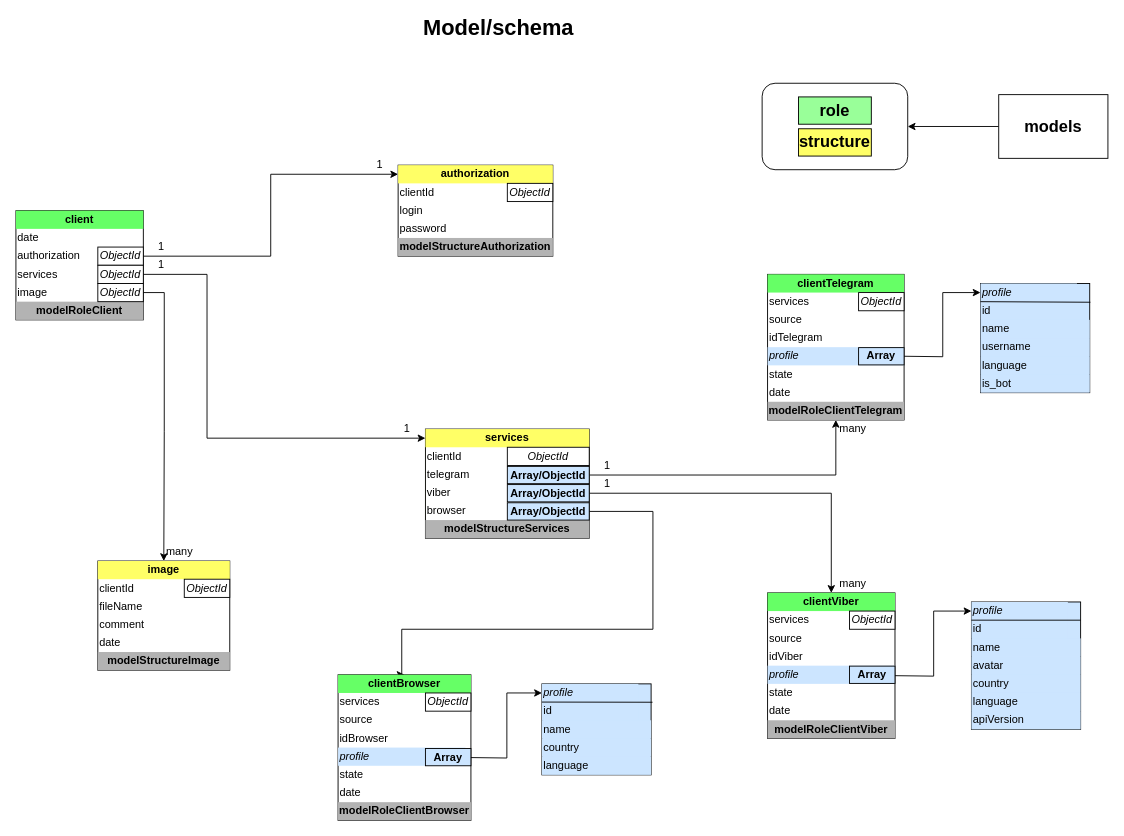
KOVALcraft/TEST2_biopysics keeps this draw.io diagram as Biopysics_Project.drawio. Above is the earlier version. Source tidied: cells renumbered, new cells numbered last; positions are measured from the earlier drawing's top-left corner, leaving out a move shared by most shapes. Both pictures are drawn from the tidied source at 91%, with x=0, y=0 at pixel (15, 19).
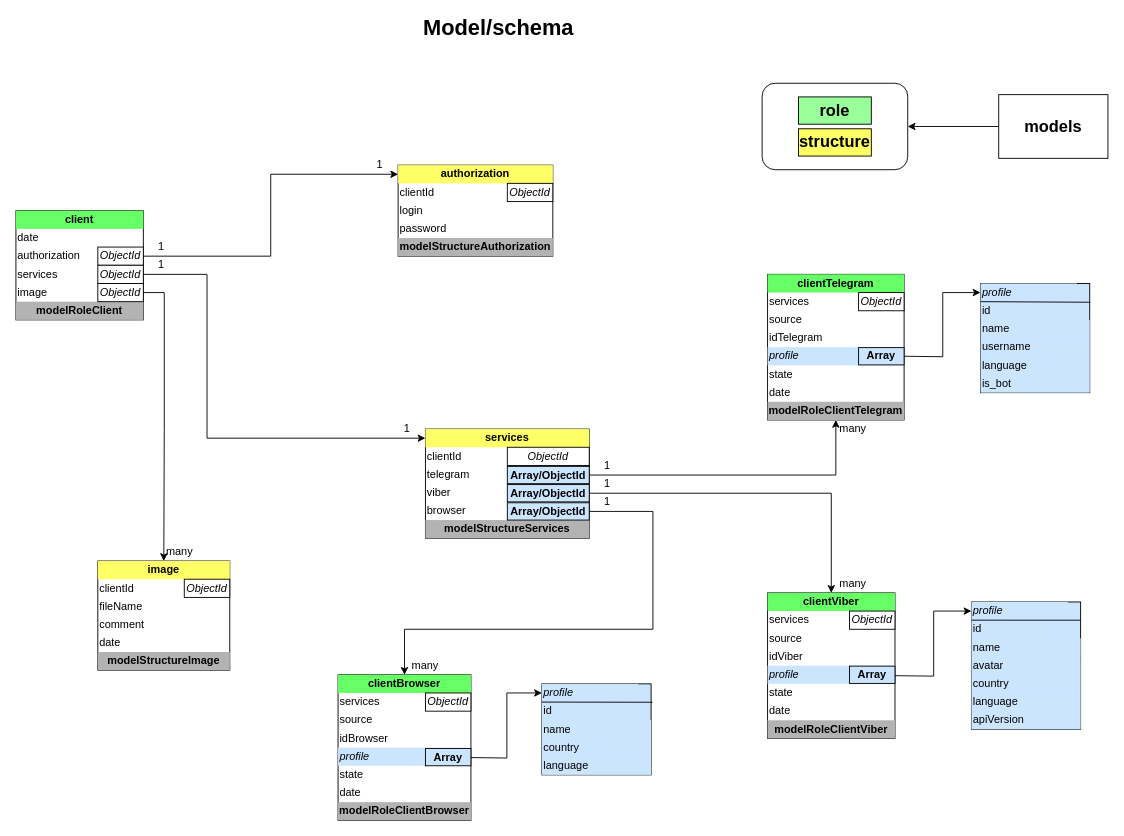
The same page after the edit.

The change refers to these unchanged cells:
```xml
<mxCell id="103" value="&lt;b&gt;Array/ObjectId&lt;/b&gt;" style="rounded=0;whiteSpace=wrap;html=1;fillColor=#CCE5FF;" parent="1" vertex="1">
  <mxGeometry x="540" y="531" width="90" height="19" as="geometry" />
</mxCell>
<mxCell id="111" value="&lt;b&gt;clientBrowser&lt;/b&gt;" style="text;html=1;strokeColor=none;fillColor=#66FF66;align=center;verticalAlign=middle;whiteSpace=wrap;rounded=0;" parent="1" vertex="1">
  <mxGeometry x="354" y="720" width="146" height="20" as="geometry" />
</mxCell>
```

The edit, as a diff of the source:
```diff
@@
     <mxCell id="102" style="edgeStyle=orthogonalEdgeStyle;rounded=0;jettySize=auto;html=1;fillColor=#CCE5FF;entryX=0.5;entryY=0;entryDx=0;entryDy=0;" parent="1" edge="1" source="103" target="111">
       <mxGeometry relative="1" as="geometry">
         <Array as="points">
           <mxPoint x="700" y="541" />
           <mxPoint x="700" y="670" />
-          <mxPoint x="424" y="670" />
+          <mxPoint x="427" y="670" />
         </Array>
       </mxGeometry>
     </mxCell>
@@
+    <mxCell id="123" value="1" style="text;html=1;strokeColor=none;fillColor=none;align=center;verticalAlign=middle;whiteSpace=wrap;rounded=0;shadow=0;" parent="1" vertex="1">
+      <mxGeometry x="630" y="520" width="40" height="20" as="geometry" />
+    </mxCell>
+    <mxCell id="124" value="many" style="text;html=1;strokeColor=none;fillColor=none;align=center;verticalAlign=middle;whiteSpace=wrap;rounded=0;shadow=0;" parent="1" vertex="1">
+      <mxGeometry x="430" y="700" width="40" height="20" as="geometry" />
+    </mxCell>
```
